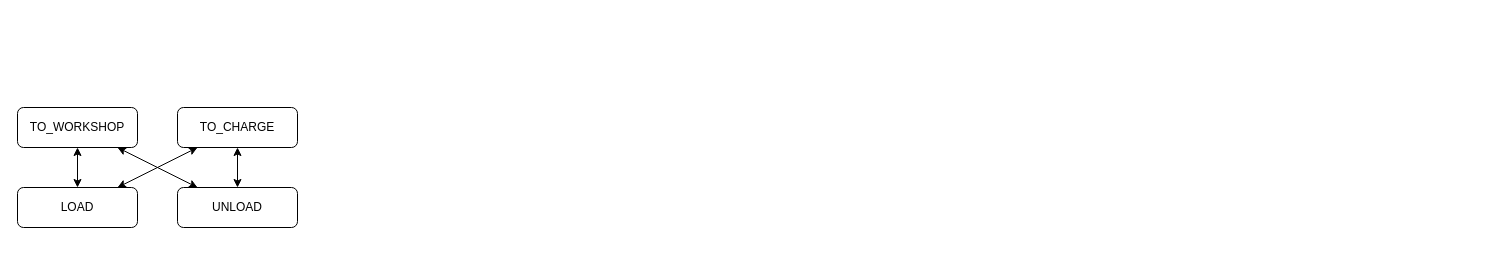
Earlier version of the draw.io diagram docs/articles/fsm_is_a_bridge/src/fsm_is_a_bridge.drawio (zgggy/zgggy.github.io). Source tidied: cells renumbered, new cells numbered last; positions are measured from the earlier drawing's top-left corner, leaving out a move shared by most shapes. Both pictures are drawn from the tidied source at 100%, with x=0, y=0 at pixel (17, 107).
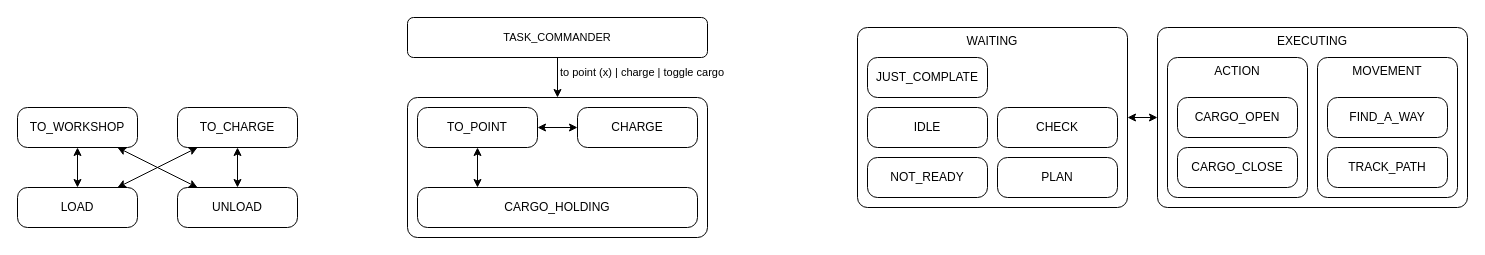
After the change.

What changed in the source:
```diff
@@
+    <mxCell id="10" style="rounded=1;whiteSpace=wrap;html=1;fontFamily=Helvetica;fontSize=11;fontColor=default;labelBackgroundColor=default;absoluteArcSize=1;" parent="1" vertex="1">
+      <mxGeometry x="390" y="-10" width="300" height="140" as="geometry" />
+    </mxCell>
-    <mxCell id="2" value="TO_WORKSHOP" style="rounded=1;whiteSpace=wrap;html=1;" parent="1" vertex="1">
+    <mxCell id="2" value="TO_WORKSHOP" style="rounded=1;whiteSpace=wrap;html=1;absoluteArcSize=1;" parent="1" vertex="1">
       <mxGeometry width="120" height="40" as="geometry" />
     </mxCell>
@@
-    <mxCell id="4" value="TO_CHARGE" style="rounded=1;whiteSpace=wrap;html=1;" parent="1" vertex="1">
+    <mxCell id="4" value="TO_CHARGE" style="rounded=1;whiteSpace=wrap;html=1;absoluteArcSize=1;" parent="1" vertex="1">
       <mxGeometry x="160" width="120" height="40" as="geometry" />
     </mxCell>
@@
-    <mxCell id="6" value="LOAD" style="rounded=1;whiteSpace=wrap;html=1;" parent="1" vertex="1">
+    <mxCell id="6" value="LOAD" style="rounded=1;whiteSpace=wrap;html=1;absoluteArcSize=1;" parent="1" vertex="1">
       <mxGeometry y="80" width="120" height="40" as="geometry" />
     </mxCell>
@@
-    <mxCell id="9" value="UNLOAD" style="rounded=1;whiteSpace=wrap;html=1;" parent="1" vertex="1">
+    <mxCell id="9" value="UNLOAD" style="rounded=1;whiteSpace=wrap;html=1;absoluteArcSize=1;" parent="1" vertex="1">
       <mxGeometry x="160" y="80" width="120" height="40" as="geometry" />
     </mxCell>
+    <mxCell id="11" style="rounded=0;jettySize=auto;html=1;startArrow=classic;startFill=1;" parent="1" edge="1" source="13">
+      <mxGeometry relative="1" as="geometry">
+        <mxPoint x="460" y="80" as="targetPoint" />
+      </mxGeometry>
+    </mxCell>
+    <mxCell id="12" style="edgeStyle=none;shape=connector;rounded=0;jettySize=auto;html=1;strokeColor=default;align=center;verticalAlign=middle;fontFamily=Helvetica;fontSize=11;fontColor=default;labelBackgroundColor=default;startArrow=classic;startFill=1;endArrow=classic;" parent="1" edge="1" source="13" target="14">
+      <mxGeometry relative="1" as="geometry" />
+    </mxCell>
+    <mxCell id="13" value="TO_POINT" style="rounded=1;whiteSpace=wrap;html=1;absoluteArcSize=1;" parent="1" vertex="1">
+      <mxGeometry x="400" width="120" height="40" as="geometry" />
+    </mxCell>
+    <mxCell id="14" value="CHARGE" style="rounded=1;whiteSpace=wrap;html=1;absoluteArcSize=1;" parent="1" vertex="1">
+      <mxGeometry x="560" width="120" height="40" as="geometry" />
+    </mxCell>
+    <mxCell id="15" value="&lt;font style=&quot;font-size: 12px;&quot;&gt;CARGO_HOLDING&lt;/font&gt;" style="rounded=1;whiteSpace=wrap;html=1;absoluteArcSize=1;" parent="1" vertex="1">
+      <mxGeometry x="400" y="80" width="280" height="40" as="geometry" />
+    </mxCell>
+    <mxCell id="16" style="edgeStyle=none;shape=connector;rounded=0;jettySize=auto;html=1;strokeColor=default;align=center;verticalAlign=middle;fontFamily=Helvetica;fontSize=11;fontColor=default;labelBackgroundColor=default;startArrow=none;startFill=0;endArrow=classic;" parent="1" edge="1" source="17" target="10">
+      <mxGeometry relative="1" as="geometry" />
+    </mxCell>
+    <mxCell id="17" value="TASK_COMMANDER" style="rounded=1;whiteSpace=wrap;html=1;fontFamily=Helvetica;fontSize=11;fontColor=default;labelBackgroundColor=default;" parent="1" vertex="1">
+      <mxGeometry x="390" y="-90" width="300" height="40" as="geometry" />
+    </mxCell>
+    <mxCell id="18" value="to point (x) | charge | toggle cargo" style="text;html=1;align=center;verticalAlign=middle;whiteSpace=wrap;rounded=0;fontFamily=Helvetica;fontSize=11;fontColor=default;labelBackgroundColor=none;" parent="1" vertex="1">
+      <mxGeometry x="540" y="-50" width="170" height="30" as="geometry" />
+    </mxCell>
+    <mxCell id="19" style="edgeStyle=none;shape=connector;rounded=0;jettySize=auto;html=1;strokeColor=default;align=center;verticalAlign=middle;fontFamily=Helvetica;fontSize=11;fontColor=default;labelBackgroundColor=default;startArrow=classic;startFill=1;endArrow=classic;" parent="1" edge="1" source="20" target="21">
+      <mxGeometry relative="1" as="geometry" />
+    </mxCell>
+    <mxCell id="20" value="WAITING" style="rounded=1;whiteSpace=wrap;html=1;absoluteArcSize=1;verticalAlign=top;" parent="1" vertex="1">
+      <mxGeometry x="840" y="-80" width="270" height="180" as="geometry" />
+    </mxCell>
+    <mxCell id="21" value="EXECUTING" style="rounded=1;whiteSpace=wrap;html=1;absoluteArcSize=1;verticalAlign=top;" parent="1" vertex="1">
+      <mxGeometry x="1140" y="-80" width="310" height="180" as="geometry" />
+    </mxCell>
+    <mxCell id="22" value="JUST_COMPLATE" style="rounded=1;whiteSpace=wrap;html=1;absoluteArcSize=1;" parent="1" vertex="1">
+      <mxGeometry x="850" y="-50" width="120" height="40" as="geometry" />
+    </mxCell>
+    <mxCell id="23" value="IDLE" style="rounded=1;whiteSpace=wrap;html=1;absoluteArcSize=1;" parent="1" vertex="1">
+      <mxGeometry x="850" width="120" height="40" as="geometry" />
+    </mxCell>
+    <mxCell id="24" value="NOT_READY" style="rounded=1;whiteSpace=wrap;html=1;absoluteArcSize=1;" parent="1" vertex="1">
+      <mxGeometry x="850" y="50" width="120" height="40" as="geometry" />
+    </mxCell>
+    <mxCell id="25" value="CHECK" style="rounded=1;whiteSpace=wrap;html=1;absoluteArcSize=1;" parent="1" vertex="1">
+      <mxGeometry x="980" width="120" height="40" as="geometry" />
+    </mxCell>
+    <mxCell id="26" value="PLAN" style="rounded=1;whiteSpace=wrap;html=1;absoluteArcSize=1;" parent="1" vertex="1">
+      <mxGeometry x="980" y="50" width="120" height="40" as="geometry" />
+    </mxCell>
+    <mxCell id="27" value="ACTION" style="rounded=1;whiteSpace=wrap;html=1;absoluteArcSize=1;verticalAlign=top;" parent="1" vertex="1">
+      <mxGeometry x="1150" y="-50" width="140" height="140" as="geometry" />
+    </mxCell>
+    <mxCell id="28" value="MOVEMENT" style="rounded=1;whiteSpace=wrap;html=1;absoluteArcSize=1;verticalAlign=top;" parent="1" vertex="1">
+      <mxGeometry x="1300" y="-50" width="140" height="140" as="geometry" />
+    </mxCell>
+    <mxCell id="29" value="CARGO_OPEN" style="rounded=1;whiteSpace=wrap;html=1;absoluteArcSize=1;" parent="1" vertex="1">
+      <mxGeometry x="1160" y="-10" width="120" height="40" as="geometry" />
+    </mxCell>
+    <mxCell id="30" value="CARGO_CLOSE" style="rounded=1;whiteSpace=wrap;html=1;absoluteArcSize=1;" parent="1" vertex="1">
+      <mxGeometry x="1160" y="40" width="120" height="40" as="geometry" />
+    </mxCell>
+    <mxCell id="31" value="FIND_A_WAY" style="rounded=1;whiteSpace=wrap;html=1;absoluteArcSize=1;" parent="1" vertex="1">
+      <mxGeometry x="1310" y="-10" width="120" height="40" as="geometry" />
+    </mxCell>
+    <mxCell id="32" value="TRACK_PATH" style="rounded=1;whiteSpace=wrap;html=1;absoluteArcSize=1;" parent="1" vertex="1">
+      <mxGeometry x="1310" y="40" width="120" height="40" as="geometry" />
+    </mxCell>
```
